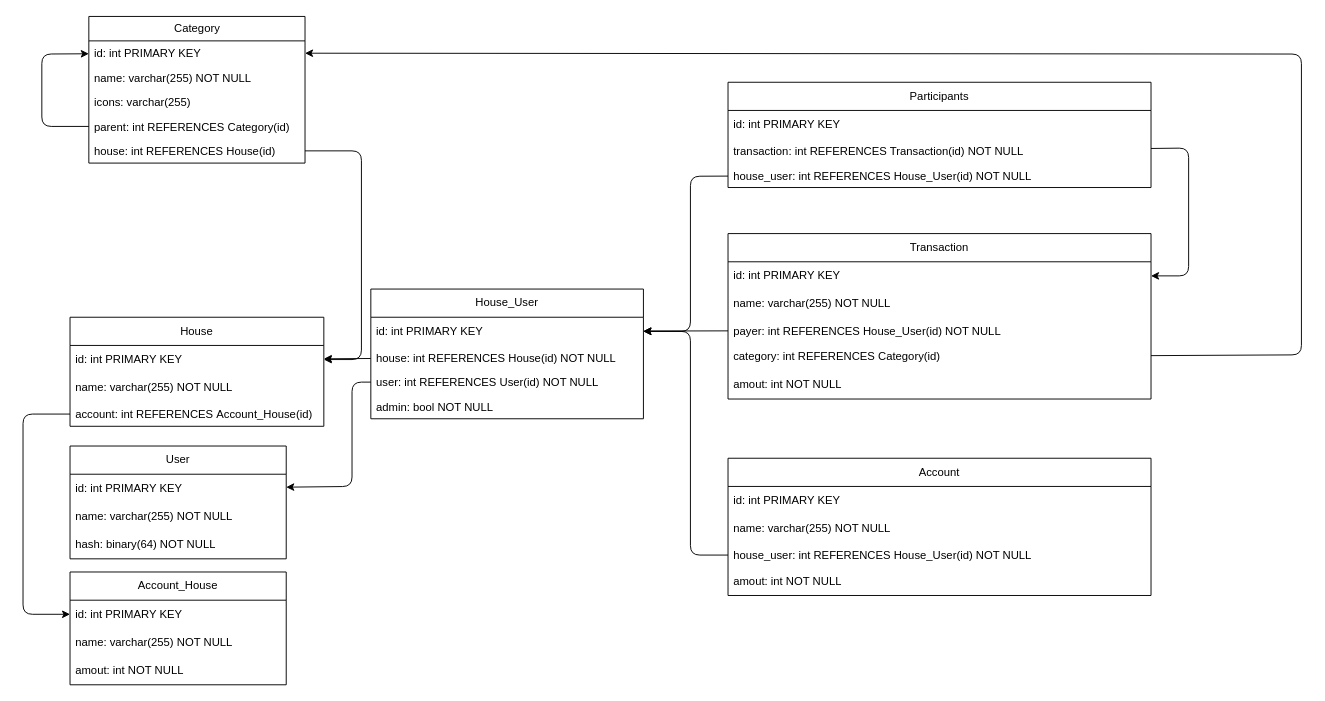
Earlier version of the draw.io diagram docs/tables.drawio (Rombond/budgestify). Source tidied: cells renumbered, new cells numbered last; positions are measured from the earlier drawing's top-left corner, leaving out a move shared by most shapes. Both pictures are drawn from the tidied source at 94%, with x=0, y=0 at pixel (23, 16).
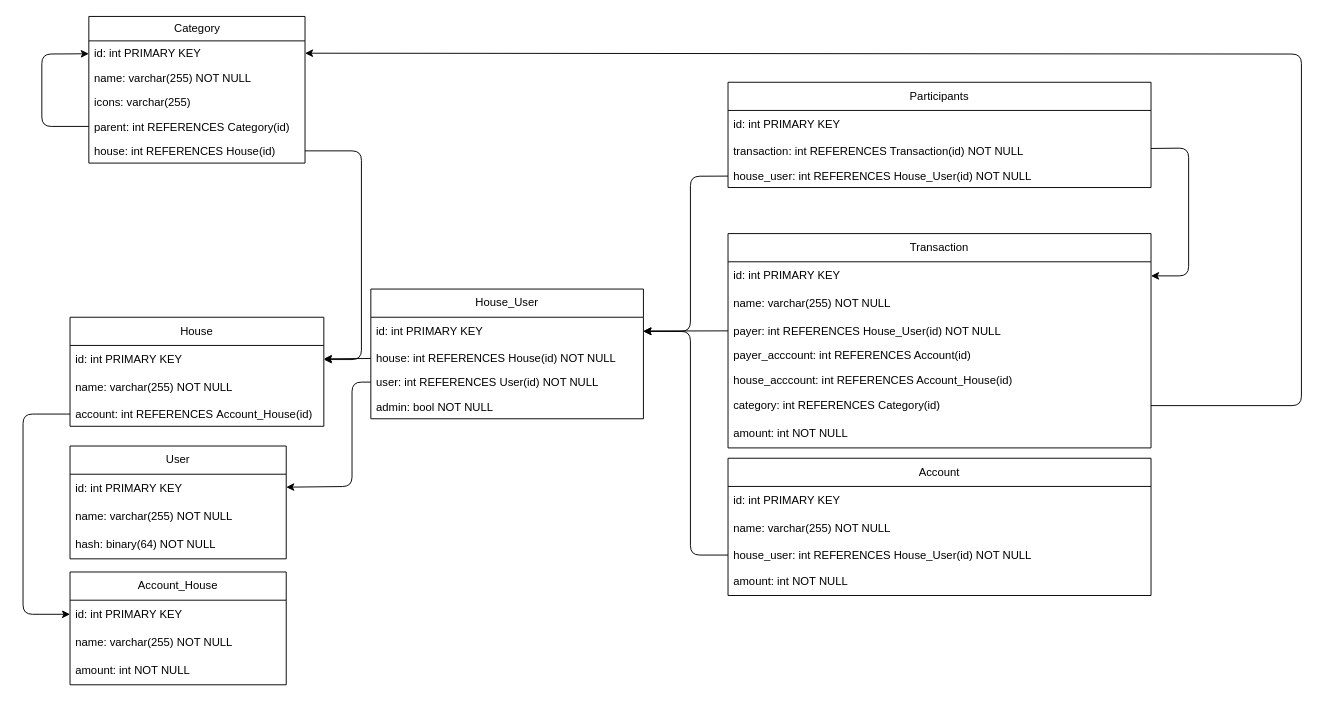
After the change.

The change refers to these unchanged cells:
```xml
<mxCell id="3" value="id: int PRIMARY KEY" style="text;strokeColor=none;fillColor=none;align=left;verticalAlign=top;spacingLeft=4;spacingRight=4;overflow=hidden;points=[[0,0.5],[1,0.5]];portConstraint=eastwest;whiteSpace=wrap;html=1;" parent="2" vertex="1">
  <mxGeometry y="26" width="230" height="26" as="geometry" />
</mxCell>
<mxCell id="36" value="Account" style="swimlane;fontStyle=0;horizontal=1;startSize=30;whiteSpace=wrap;html=1;" parent="1" vertex="1">
  <mxGeometry x="750" y="470" width="450" height="146" as="geometry" />
</mxCell>
<mxCell id="44" value="Account_House" style="swimlane;fontStyle=0;horizontal=1;startSize=30;whiteSpace=wrap;html=1;" parent="1" vertex="1">
  <mxGeometry x="50" y="591" width="230" height="120" as="geometry" />
</mxCell>
```

The edit, as a diff of the source:
```diff
@@
     <mxCell id="24" value="Transaction" style="swimlane;fontStyle=0;horizontal=1;startSize=30;whiteSpace=wrap;html=1;" parent="1" vertex="1">
-      <mxGeometry x="750" y="231" width="450" height="176" as="geometry" />
+      <mxGeometry x="750" y="231" width="450" height="228" as="geometry" />
     </mxCell>
@@
+    <mxCell id="50" value="payer_acccount: int REFERENCES Account(id)" style="text;strokeColor=none;fillColor=none;align=left;verticalAlign=top;spacingLeft=4;spacingRight=4;overflow=hidden;whiteSpace=wrap;html=1;" parent="24" vertex="1">
+      <mxGeometry y="116" width="450" height="26" as="geometry" />
+    </mxCell>
+    <mxCell id="51" value="house_acccount: int REFERENCES Account_House(id)" style="text;strokeColor=none;fillColor=none;align=left;verticalAlign=top;spacingLeft=4;spacingRight=4;overflow=hidden;whiteSpace=wrap;html=1;" parent="24" vertex="1">
+      <mxGeometry y="142" width="450" height="26" as="geometry" />
+    </mxCell>
     <mxCell id="28" value="category: int REFERENCES Category(id)" style="text;strokeColor=none;fillColor=none;align=left;verticalAlign=middle;spacingLeft=4;spacingRight=4;overflow=hidden;points=[[0,0.5],[1,0.5]];portConstraint=eastwest;whiteSpace=wrap;html=1;" parent="24" vertex="1">
-      <mxGeometry y="116" width="450" height="30" as="geometry" />
+      <mxGeometry y="168" width="450" height="30" as="geometry" />
     </mxCell>
-    <mxCell id="29" value="amout: int NOT NULL" style="text;strokeColor=none;fillColor=none;align=left;verticalAlign=middle;spacingLeft=4;spacingRight=4;overflow=hidden;whiteSpace=wrap;html=1;" parent="24" vertex="1">
-      <mxGeometry y="146" width="450" height="30" as="geometry" />
+    <mxCell id="29" value="amount: int NOT NULL" style="text;strokeColor=none;fillColor=none;align=left;verticalAlign=middle;spacingLeft=4;spacingRight=4;overflow=hidden;whiteSpace=wrap;html=1;" parent="24" vertex="1">
+      <mxGeometry y="198" width="450" height="30" as="geometry" />
     </mxCell>
     <mxCell id="30" style="endArrow=classic;html=1;" parent="1" edge="1" source="28" target="3">
       <mxGeometry relative="1" as="geometry">
         <Array as="points">
-          <mxPoint x="1360" y="360" />
+          <mxPoint x="1360" y="414" />
           <mxPoint x="1360" y="40" />
         </Array>
       </mxGeometry>
     </mxCell>
@@
-    <mxCell id="40" value="amout: int NOT NULL" style="text;strokeColor=none;fillColor=none;align=left;verticalAlign=middle;spacingLeft=4;spacingRight=4;overflow=hidden;whiteSpace=wrap;html=1;" parent="36" vertex="1">
+    <mxCell id="40" value="amount: int NOT NULL" style="text;strokeColor=none;fillColor=none;align=left;verticalAlign=middle;spacingLeft=4;spacingRight=4;overflow=hidden;whiteSpace=wrap;html=1;" parent="36" vertex="1">
       <mxGeometry y="116" width="450" height="30" as="geometry" />
     </mxCell>
@@
-    <mxCell id="47" value="amout: int NOT NULL" style="text;strokeColor=none;fillColor=none;align=left;verticalAlign=middle;spacingLeft=4;spacingRight=4;overflow=hidden;whiteSpace=wrap;html=1;" parent="44" vertex="1">
+    <mxCell id="47" value="amount: int NOT NULL" style="text;strokeColor=none;fillColor=none;align=left;verticalAlign=middle;spacingLeft=4;spacingRight=4;overflow=hidden;whiteSpace=wrap;html=1;" parent="44" vertex="1">
       <mxGeometry y="90" width="230" height="30" as="geometry" />
     </mxCell>
```
